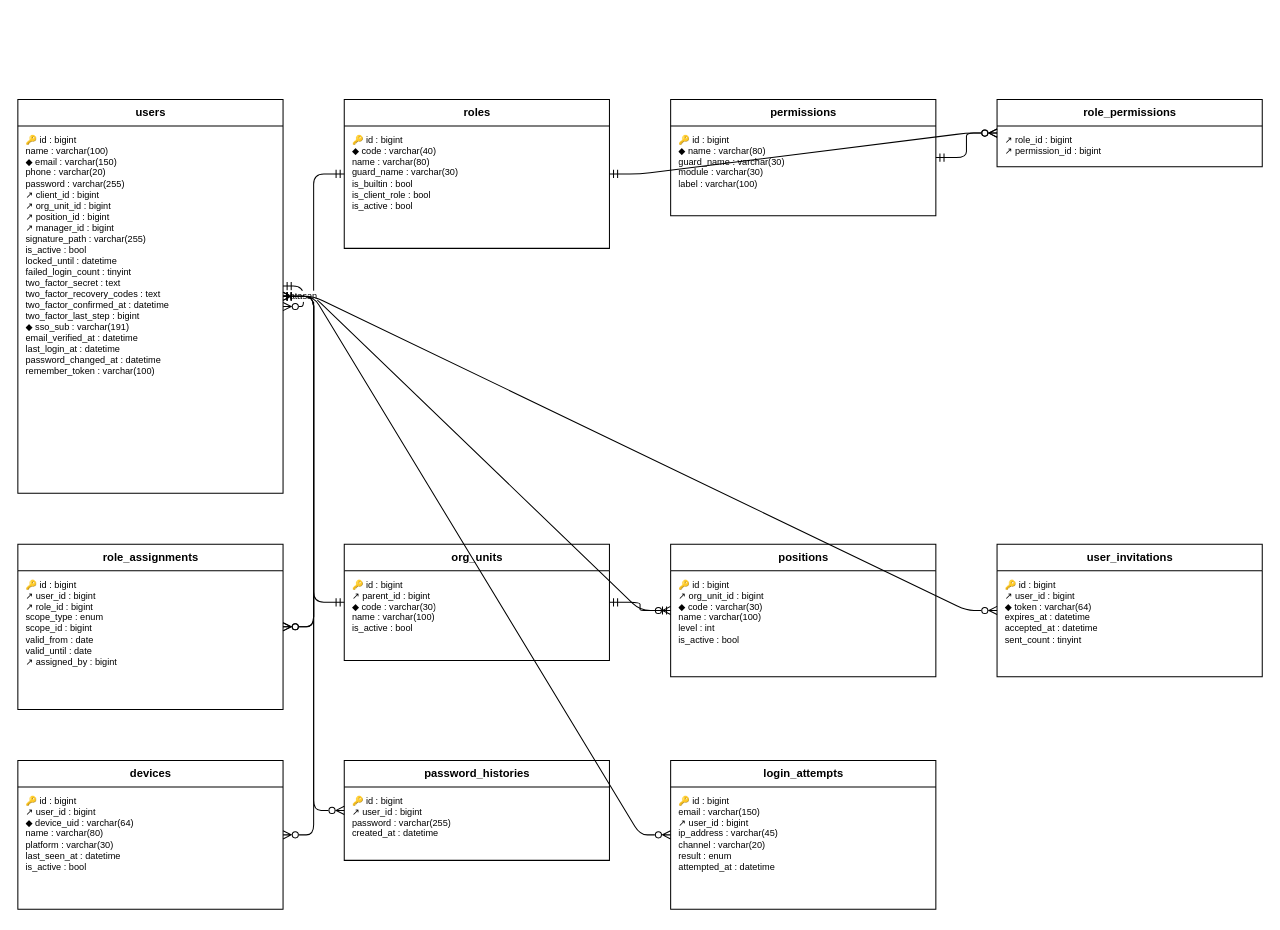
Above: docs/diagram/erd-akses.drawio in HengkyDarmawan/wms (draw.io), before the change. Source tidied: cells renumbered, new cells numbered last; positions are measured from the earlier drawing's top-left corner, leaving out a move shared by most shapes. Both pictures are drawn from the tidied source at 102%, with x=0, y=0 at pixel (17, 99).
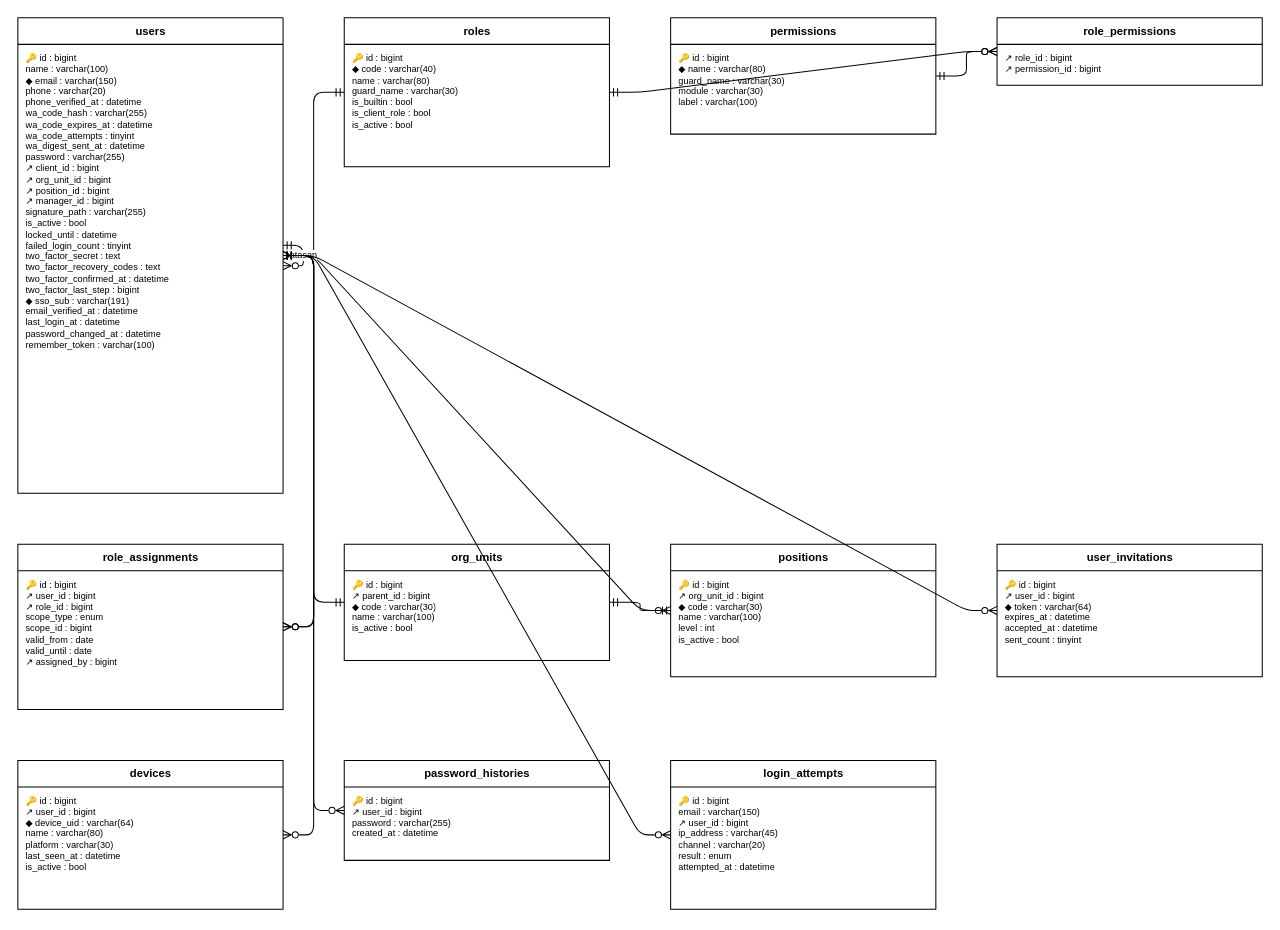
The same diagram, later.

What changed in the source:
```diff
@@
     <mxCell id="2" value="users" style="swimlane;fontStyle=1;horizontal=1;startSize=26;html=1;fontSize=11;fillColor=#FFFFFF;" parent="1" vertex="1">
-      <mxGeometry width="260" height="386" as="geometry" />
+      <mxGeometry y="-80" width="260" height="466" as="geometry" />
     </mxCell>
-    <mxCell id="3" value="🔑 id : bigint&lt;br&gt;name : varchar(100)&lt;br&gt;◆ email : varchar(150)&lt;br&gt;phone : varchar(20)&lt;br&gt;password : varchar(255)&lt;br&gt;↗ client_id : bigint&lt;br&gt;↗ org_unit_id : bigint&lt;br&gt;↗ position_id : bigint&lt;br&gt;↗ manager_id : bigint&lt;br&gt;signature_path : varchar(255)&lt;br&gt;is_active : bool&lt;br&gt;locked_until : datetime&lt;br&gt;failed_login_count : tinyint&lt;br&gt;two_factor_secret : text&lt;br&gt;two_factor_recovery_codes : text&lt;br&gt;two_factor_confirmed_at : datetime&lt;br&gt;two_factor_last_step : bigint&lt;br&gt;◆ sso_sub : varchar(191)&lt;br&gt;email_verified_at : datetime&lt;br&gt;last_login_at : datetime&lt;br&gt;password_changed_at : datetime&lt;br&gt;remember_token : varchar(100)" style="text;html=1;strokeColor=none;fillColor=none;align=left;verticalAlign=top;spacingLeft=6;spacingTop=2;fontSize=9;whiteSpace=wrap;overflow=hidden;" parent="2" vertex="1">
-      <mxGeometry y="26" width="260" height="360" as="geometry" />
+    <mxCell id="3" value="🔑 id : bigint&lt;br&gt;name : varchar(100)&lt;br&gt;◆ email : varchar(150)&lt;br&gt;phone : varchar(20)&lt;br&gt;phone_verified_at : datetime&lt;br&gt;wa_code_hash : varchar(255)&lt;br&gt;wa_code_expires_at : datetime&lt;br&gt;wa_code_attempts : tinyint&lt;br&gt;wa_digest_sent_at : datetime&lt;br&gt;password : varchar(255)&lt;br&gt;↗ client_id : bigint&lt;br&gt;↗ org_unit_id : bigint&lt;br&gt;↗ position_id : bigint&lt;br&gt;↗ manager_id : bigint&lt;br&gt;signature_path : varchar(255)&lt;br&gt;is_active : bool&lt;br&gt;locked_until : datetime&lt;br&gt;failed_login_count : tinyint&lt;br&gt;two_factor_secret : text&lt;br&gt;two_factor_recovery_codes : text&lt;br&gt;two_factor_confirmed_at : datetime&lt;br&gt;two_factor_last_step : bigint&lt;br&gt;◆ sso_sub : varchar(191)&lt;br&gt;email_verified_at : datetime&lt;br&gt;last_login_at : datetime&lt;br&gt;password_changed_at : datetime&lt;br&gt;remember_token : varchar(100)" style="text;html=1;strokeColor=none;fillColor=none;align=left;verticalAlign=top;spacingLeft=6;spacingTop=2;fontSize=9;whiteSpace=wrap;overflow=hidden;" parent="2" vertex="1">
+      <mxGeometry y="26" width="260" height="440" as="geometry" />
     </mxCell>
     <mxCell id="4" value="roles" style="swimlane;fontStyle=1;horizontal=1;startSize=26;html=1;fontSize=11;fillColor=#FFFFFF;" parent="1" vertex="1">
-      <mxGeometry x="320" width="260" height="146" as="geometry" />
+      <mxGeometry x="320" y="-80" width="260" height="146" as="geometry" />
     </mxCell>
@@
     <mxCell id="6" value="permissions" style="swimlane;fontStyle=1;horizontal=1;startSize=26;html=1;fontSize=11;fillColor=#FFFFFF;" parent="1" vertex="1">
-      <mxGeometry x="640" width="260" height="114" as="geometry" />
+      <mxGeometry x="640" y="-80" width="260" height="114" as="geometry" />
     </mxCell>
@@
     <mxCell id="8" value="role_permissions" style="swimlane;fontStyle=1;horizontal=1;startSize=26;html=1;fontSize=11;fillColor=#FFFFFF;" parent="1" vertex="1">
-      <mxGeometry x="960" width="260" height="66" as="geometry" />
+      <mxGeometry x="960" y="-80" width="260" height="66" as="geometry" />
     </mxCell>
```
